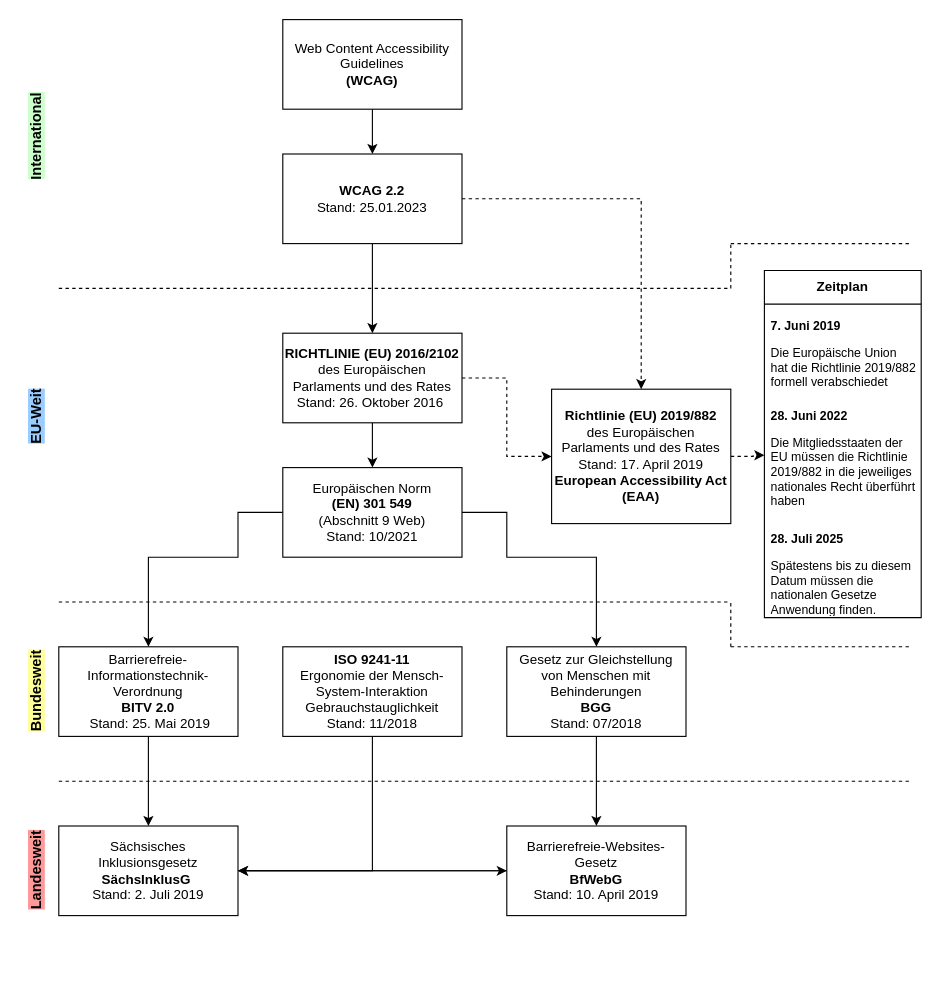
Before: Unbenanntes Diagramm.drawio in Tm651/BuTi3006.github.io, a draw.io diagram. Source tidied: cells renumbered, new cells numbered last; positions are measured from the earlier drawing's top-left corner, leaving out a move shared by most shapes. Both pictures are drawn from the tidied source at 112%, with x=0, y=0 at pixel (-20, 19).
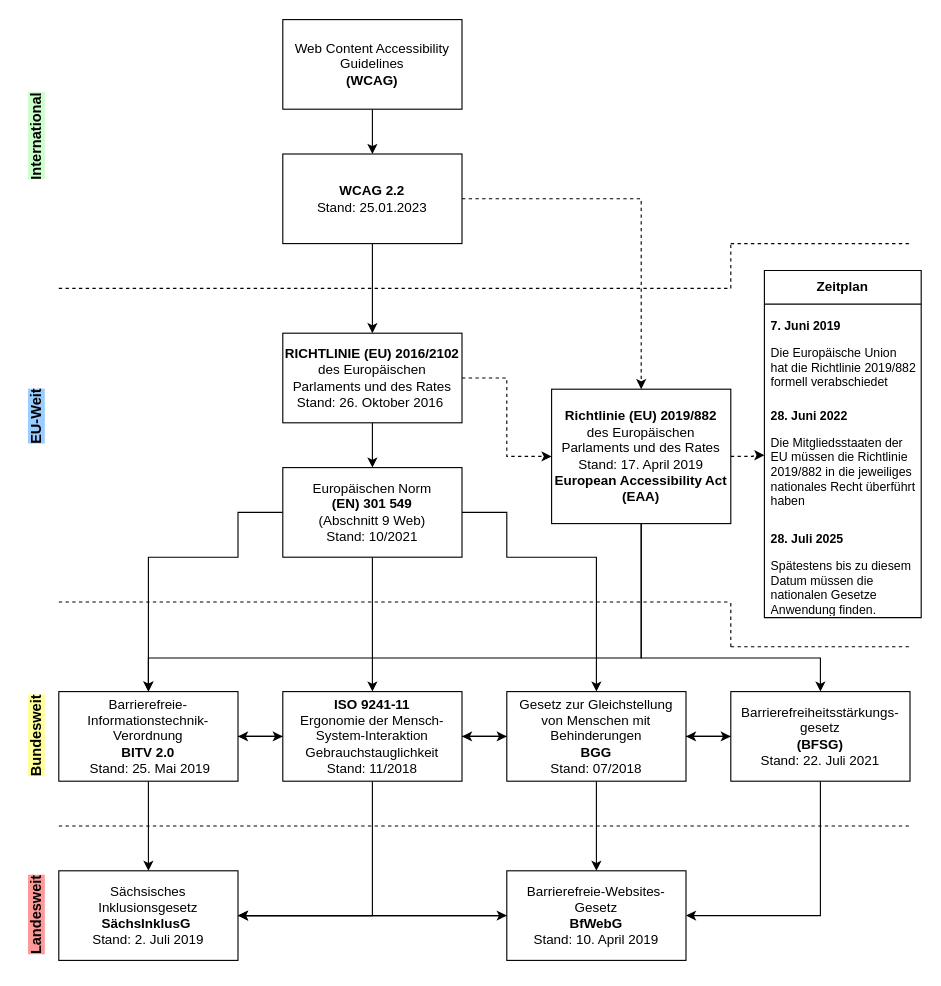
Above is the later version.

The change refers to these unchanged cells:
```xml
<mxCell id="12" value="Europäischen Norm &lt;br&gt;&lt;b&gt;(EN) 301 549 &lt;/b&gt;&lt;br&gt;(Abschnitt 9 Web)&lt;br&gt;Stand: 10/2021" style="rounded=0;whiteSpace=wrap;html=1;" parent="1" vertex="1">
  <mxGeometry x="270" y="400" width="160" height="80" as="geometry" />
</mxCell>
<mxCell id="18" value="&lt;b&gt;Richtlinie (EU) 2019/882&lt;/b&gt; des Europäischen Parlaments und des Rates Stand: 17. April 2019&lt;br&gt;&lt;b&gt;European Accessibility Act (EAA)&lt;/b&gt;" style="rounded=0;whiteSpace=wrap;html=1;" parent="1" vertex="1">
  <mxGeometry x="510" y="330" width="160" height="120" as="geometry" />
</mxCell>
```

The edit, as a diff of the source:
```diff
@@
+    <mxCell id="40" style="edgeStyle=orthogonalEdgeStyle;rounded=0;jettySize=auto;html=1;entryX=0.5;entryY=0;entryDx=0;entryDy=0;" parent="1" edge="1" source="12" target="39">
+      <mxGeometry relative="1" as="geometry" />
+    </mxCell>
@@
+    <mxCell id="41" style="edgeStyle=orthogonalEdgeStyle;rounded=0;jettySize=auto;html=1;" parent="1" edge="1" source="14" target="39">
+      <mxGeometry relative="1" as="geometry" />
+    </mxCell>
     <mxCell id="14" value="Barrierefreie-Informationstechnik-Verordnung &lt;br&gt;&lt;b&gt;BITV 2.0&lt;br&gt;&lt;/b&gt;&amp;nbsp;Stand: 25. Mai 2019" style="rounded=0;whiteSpace=wrap;html=1;" parent="1" vertex="1">
-      <mxGeometry x="70" y="560" width="160" height="80" as="geometry" />
+      <mxGeometry x="70" y="600" width="160" height="80" as="geometry" />
     </mxCell>
@@
+    <mxCell id="42" style="edgeStyle=orthogonalEdgeStyle;rounded=0;jettySize=auto;html=1;" parent="1" edge="1" source="16" target="50">
+      <mxGeometry relative="1" as="geometry" />
+    </mxCell>
+    <mxCell id="43" style="edgeStyle=orthogonalEdgeStyle;rounded=0;jettySize=auto;html=1;" parent="1" edge="1" source="16" target="39">
+      <mxGeometry relative="1" as="geometry" />
+    </mxCell>
     <mxCell id="16" value="Gesetz zur Gleichstellung von Menschen mit Behinderungen&lt;br&gt;&lt;b&gt;BGG&lt;/b&gt;&lt;br&gt;Stand: 07/2018" style="rounded=0;whiteSpace=wrap;html=1;" parent="1" vertex="1">
-      <mxGeometry x="470" y="560" width="160" height="80" as="geometry" />
+      <mxGeometry x="470" y="600" width="160" height="80" as="geometry" />
     </mxCell>
@@
+    <mxCell id="44" style="edgeStyle=orthogonalEdgeStyle;rounded=0;jettySize=auto;html=1;" parent="1" edge="1" source="18" target="50">
+      <mxGeometry relative="1" as="geometry">
+        <Array as="points">
+          <mxPoint x="590" y="570" />
+          <mxPoint x="750" y="570" />
+        </Array>
+      </mxGeometry>
+    </mxCell>
+    <mxCell id="45" style="edgeStyle=orthogonalEdgeStyle;rounded=0;jettySize=auto;html=1;entryX=0.5;entryY=0;entryDx=0;entryDy=0;" parent="1" edge="1" source="18" target="14">
+      <mxGeometry relative="1" as="geometry">
+        <Array as="points">
+          <mxPoint x="590" y="570" />
+          <mxPoint x="150" y="570" />
+        </Array>
+      </mxGeometry>
+    </mxCell>
@@
     <mxCell id="21" style="endArrow=none;dashed=1;html=1;rounded=0;" parent="1" edge="1">
       <mxGeometry relative="1" as="geometry">
-        <mxPoint x="70" y="680" as="sourcePoint" />
-        <mxPoint x="830" y="680" as="targetPoint" />
+        <mxPoint x="70" y="720" as="sourcePoint" />
+        <mxPoint x="830" y="720" as="targetPoint" />
       </mxGeometry>
     </mxCell>
@@
     <mxCell id="23" value="Sächsisches Inklusionsgesetz&lt;br&gt;&lt;b&gt;SächsInklusG&amp;nbsp;&lt;/b&gt;&lt;br&gt;Stand: 2. Juli 2019" style="rounded=0;whiteSpace=wrap;html=1;" parent="1" vertex="1">
-      <mxGeometry x="70" y="720" width="160" height="80" as="geometry" />
+      <mxGeometry x="70" y="760" width="160" height="80" as="geometry" />
     </mxCell>
@@
     <mxCell id="25" value="Barrierefreie-Websites-Gesetz &lt;br&gt;&lt;b&gt;BfWebG&lt;/b&gt;&lt;br&gt;Stand: 10. April 2019" style="rounded=0;whiteSpace=wrap;html=1;" parent="1" vertex="1">
-      <mxGeometry x="470" y="720" width="160" height="80" as="geometry" />
+      <mxGeometry x="470" y="760" width="160" height="80" as="geometry" />
     </mxCell>
@@
     <mxCell id="35" value="&lt;b&gt;&lt;font style=&quot;font-size: 13px; background-color: rgb(255, 255, 153);&quot;&gt;Bundesweit&lt;/font&gt;&lt;/b&gt;" style="text;html=1;align=center;verticalAlign=middle;strokeColor=none;fillColor=none;fontSize=11;rotation=-90;" parent="1" vertex="1">
-      <mxGeometry y="585" width="100" height="30" as="geometry" />
+      <mxGeometry y="625" width="100" height="30" as="geometry" />
     </mxCell>
     <mxCell id="36" value="&lt;b&gt;&lt;font style=&quot;font-size: 13px;&quot;&gt;&lt;span style=&quot;background-color: rgb(255, 153, 153);&quot;&gt;Landesweit&lt;/span&gt;&lt;br&gt;&lt;/font&gt;&lt;/b&gt;" style="text;html=1;align=center;verticalAlign=middle;strokeColor=none;fillColor=none;fontSize=11;rotation=-90;" parent="1" vertex="1">
-      <mxGeometry x="5" y="745" width="90" height="30" as="geometry" />
+      <mxGeometry x="5" y="785" width="90" height="30" as="geometry" />
     </mxCell>
@@
     <mxCell id="38" style="edgeStyle=orthogonalEdgeStyle;rounded=0;jettySize=auto;html=1;entryX=1;entryY=0.5;entryDx=0;entryDy=0;" parent="1" edge="1" source="39" target="23">
       <mxGeometry relative="1" as="geometry">
         <Array as="points">
-          <mxPoint x="350" y="760" />
+          <mxPoint x="350" y="800" />
         </Array>
       </mxGeometry>
     </mxCell>
+    <mxCell id="46" style="edgeStyle=orthogonalEdgeStyle;rounded=0;jettySize=auto;html=1;" parent="1" edge="1" source="39" target="16">
+      <mxGeometry relative="1" as="geometry" />
+    </mxCell>
+    <mxCell id="47" style="edgeStyle=orthogonalEdgeStyle;rounded=0;jettySize=auto;html=1;entryX=1;entryY=0.5;entryDx=0;entryDy=0;" parent="1" edge="1" source="39" target="14">
+      <mxGeometry relative="1" as="geometry" />
+    </mxCell>
     <mxCell id="39" value="&lt;b&gt;ISO 9241-11&lt;/b&gt;&lt;br&gt;Ergonomie der Mensch-System-Interaktion Gebrauchstauglichkeit&lt;br&gt;Stand: 11/2018" style="rounded=0;whiteSpace=wrap;html=1;" parent="1" vertex="1">
-      <mxGeometry x="270" y="560" width="160" height="80" as="geometry" />
+      <mxGeometry x="270" y="600" width="160" height="80" as="geometry" />
     </mxCell>
+    <mxCell id="48" style="edgeStyle=orthogonalEdgeStyle;rounded=0;jettySize=auto;html=1;entryX=1;entryY=0.5;entryDx=0;entryDy=0;" parent="1" edge="1" source="50" target="25">
+      <mxGeometry relative="1" as="geometry">
+        <Array as="points">
+          <mxPoint x="750" y="800" />
+        </Array>
+      </mxGeometry>
+    </mxCell>
+    <mxCell id="49" style="edgeStyle=orthogonalEdgeStyle;rounded=0;jettySize=auto;html=1;entryX=1;entryY=0.5;entryDx=0;entryDy=0;" parent="1" edge="1" source="50" target="16">
+      <mxGeometry relative="1" as="geometry" />
+    </mxCell>
+    <mxCell id="50" value="Barrierefreiheitsstärkungs-gesetz &lt;br&gt;&lt;b&gt;(BFSG)&lt;/b&gt;&lt;br&gt;Stand:&amp;nbsp;22. Juli 2021" style="rounded=0;whiteSpace=wrap;html=1;" parent="1" vertex="1">
+      <mxGeometry x="670" y="600" width="160" height="80" as="geometry" />
+    </mxCell>
```
